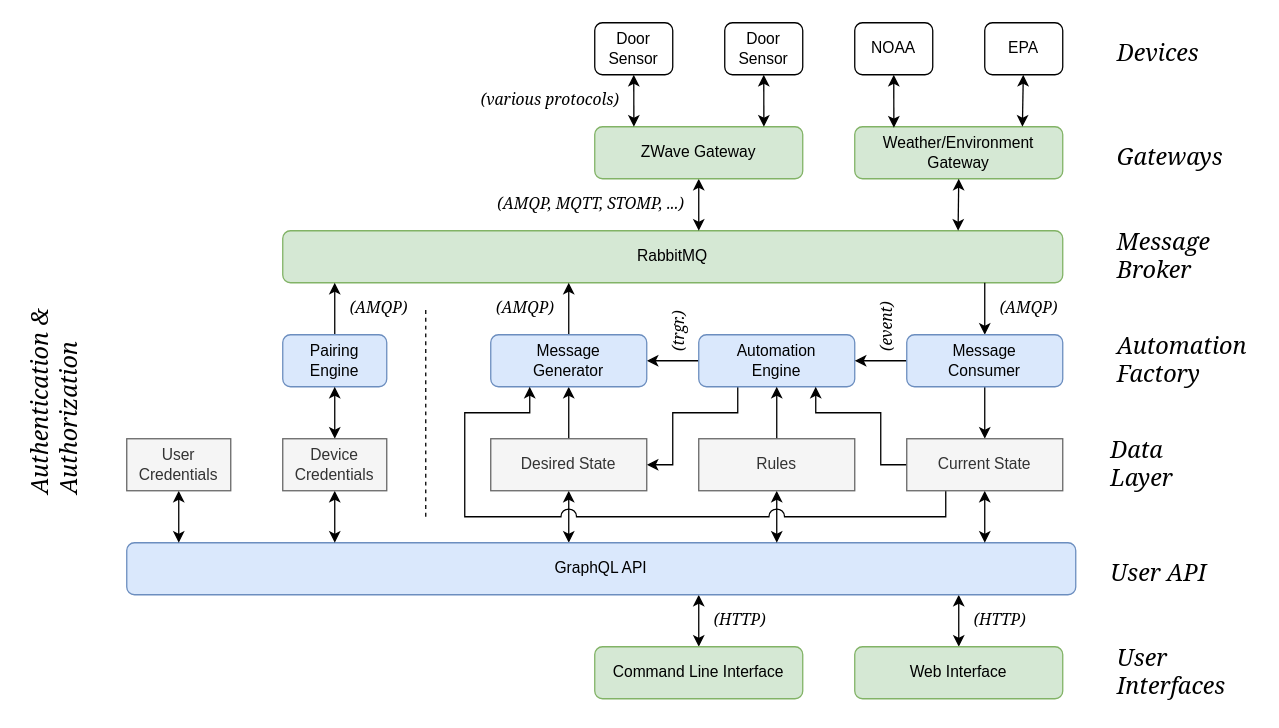
Earlier version of the draw.io diagram docs/architecture.drawio (mikecamilleri/tilde). Source tidied: cells renumbered, new cells numbered last; positions are measured from the earlier drawing's top-left corner, leaving out a move shared by most shapes. Both pictures are drawn from the tidied source at 130%, with x=0, y=0 at pixel (-43, 22).
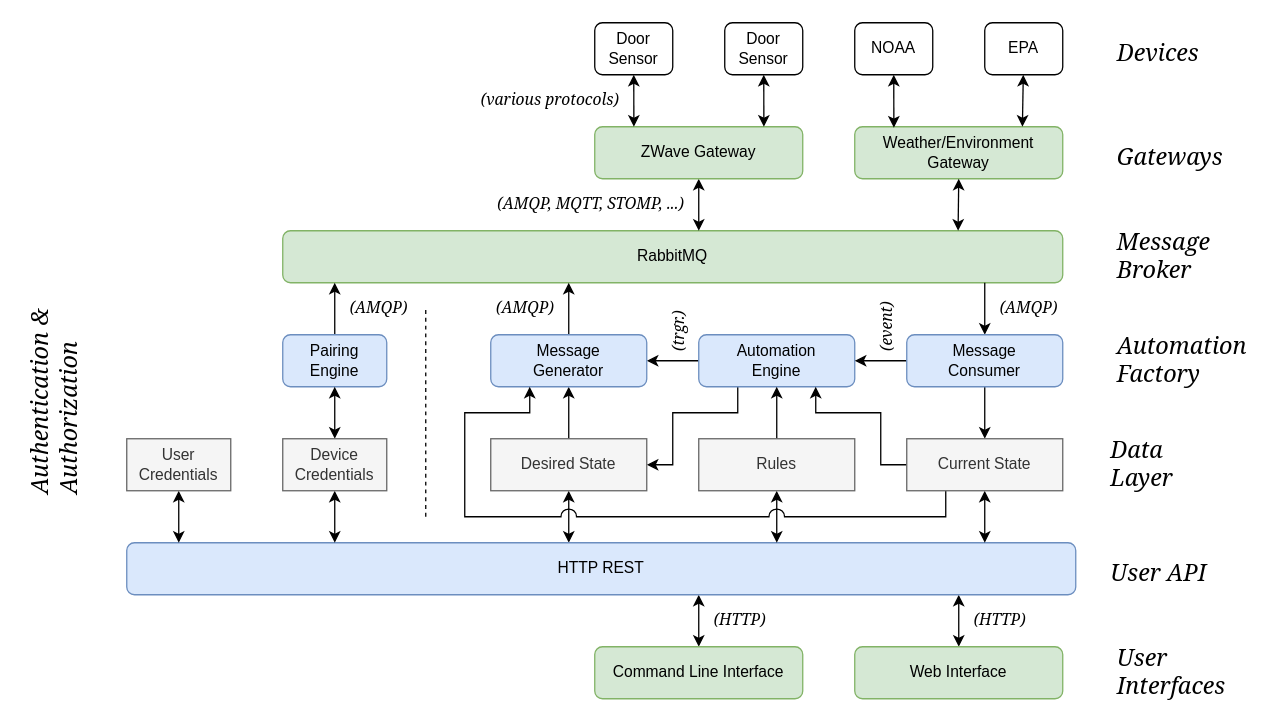
After the change.

Commit message (it also covers changes not shown here):
update doc and diagram to indicate  HTTP REST API

Diff of the diagram source:
```diff
@@
-    <mxCell id="34" value="GraphQL API" style="rounded=1;whiteSpace=wrap;html=1;fillColor=#dae8fc;strokeColor=#6c8ebf;rotation=0;" parent="1" vertex="1">
+    <mxCell id="34" value="HTTP REST" style="rounded=1;whiteSpace=wrap;html=1;fillColor=#dae8fc;strokeColor=#6c8ebf;rotation=0;" parent="1" vertex="1">
       <mxGeometry x="130" y="400" width="730" height="40" as="geometry" />
     </mxCell>
```
